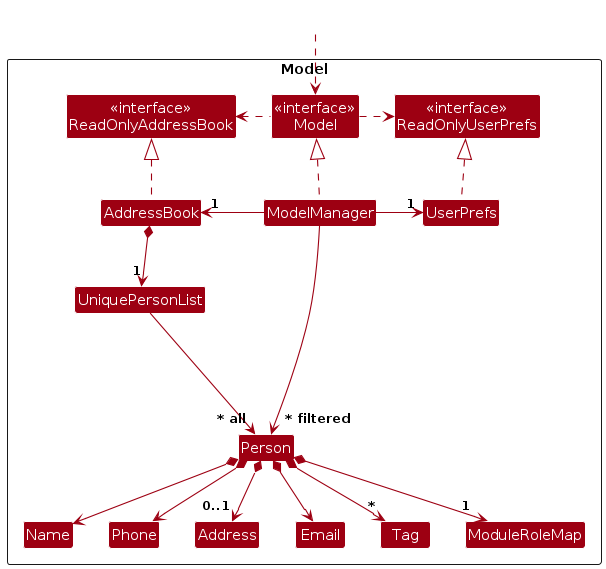
AY2425S1-CS2103T-F12-1/tp keeps this PlantUML diagram as diagrams/ModelClassDiagram.png. Above is the earlier version. Its source is kept beside it as diagrams/ModelClassDiagram.puml.
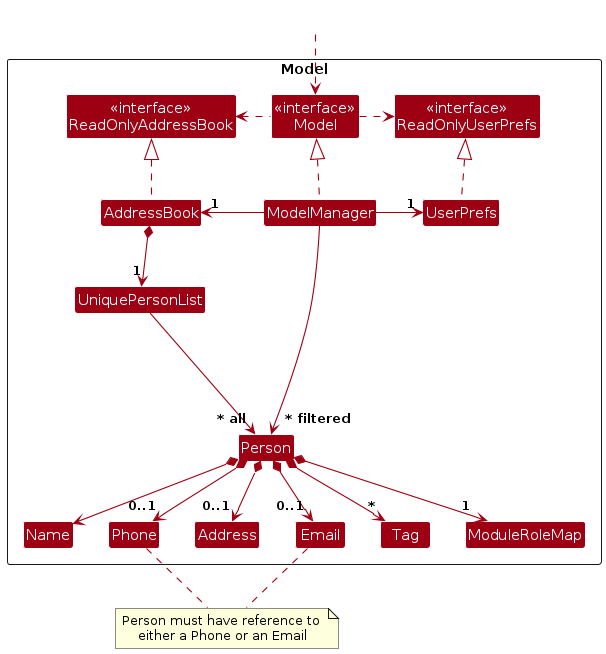
After the change.

Diff of the diagram source:
```diff
@@ -39,8 +39,11 @@
 AddressBook *--> "1" UniquePersonList
 UniquePersonList --> "~* all" Person
 Person *--> Name
-Person *--> Phone
-Person *--> Email
+Person *--> "0..1" Phone
+Person *--> "0..1" Email
+note "Person must have reference to \neither a Phone or an Email" as N1
+Phone .. N1
+Email .. N1
 Person *--> "0..1"Address
 Person *--> "*" Tag
 Person *--> "1" ModuleRoleMap
```
